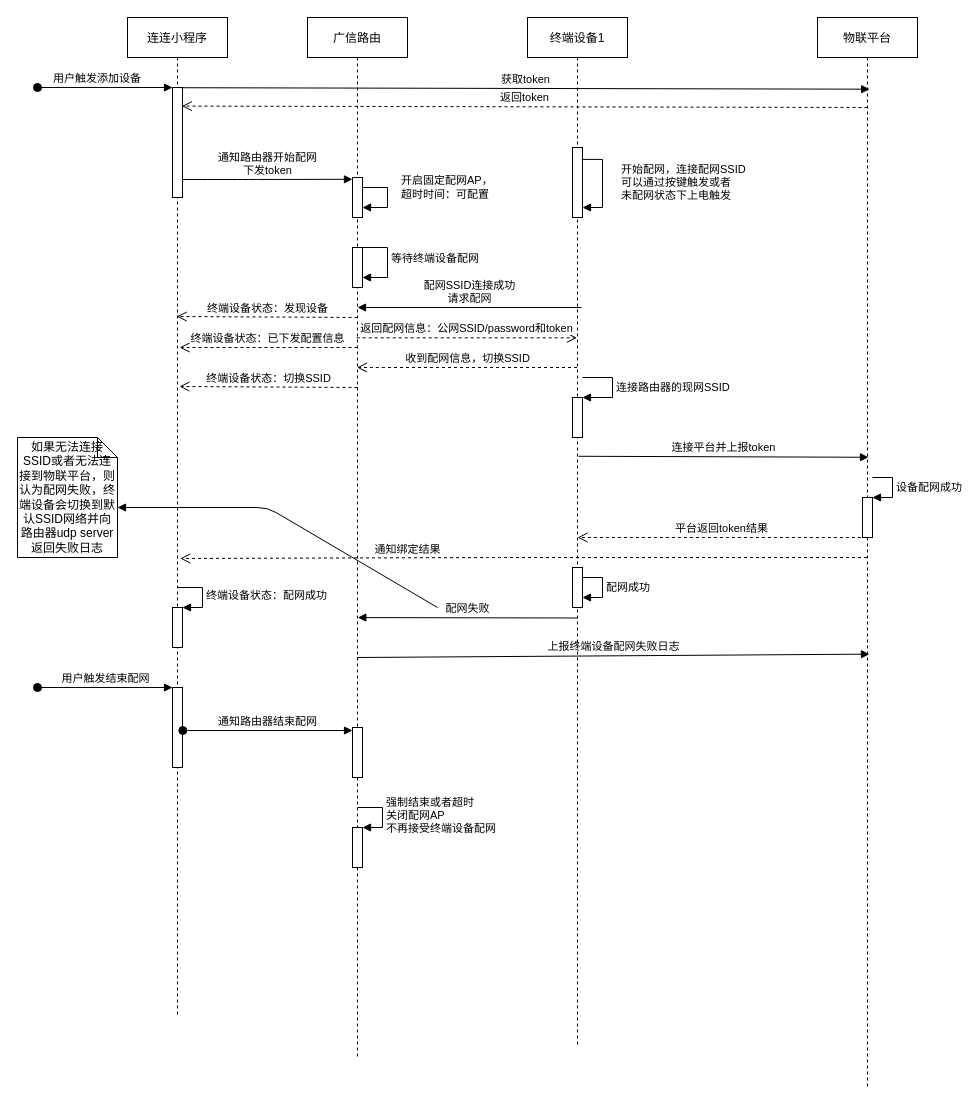
Earlier version of the draw.io diagram Untitled Diagram.drawio (xupenghu/bitmap). Source tidied: cells renumbered, new cells numbered last; positions are measured from the earlier drawing's top-left corner, leaving out a move shared by most shapes. Both pictures are drawn from the tidied source at 100%, with x=0, y=0 at pixel (17, 17).
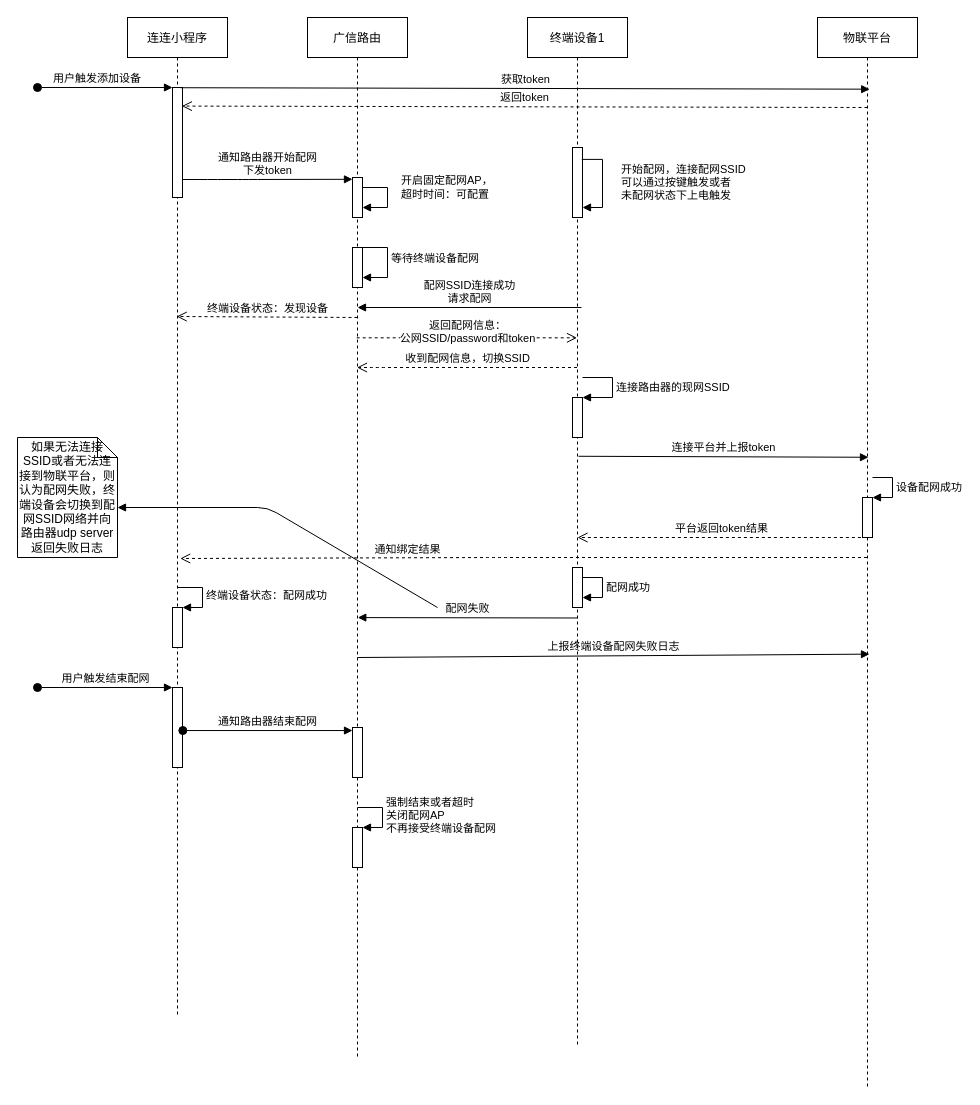
The same page after the edit.

The change refers to these unchanged cells:
```xml
<mxCell id="2" value="连连小程序" style="shape=umlLifeline;perimeter=lifelinePerimeter;rounded=0;shadow=0;strokeWidth=1;" parent="1" vertex="1">
  <mxGeometry x="110" width="100" height="1000" as="geometry" />
</mxCell>
<mxCell id="9" value="广信路由" style="shape=umlLifeline;perimeter=lifelinePerimeter;rounded=0;shadow=0;strokeWidth=1;" parent="1" vertex="1">
  <mxGeometry x="290" width="100" height="1040" as="geometry" />
</mxCell>
<mxCell id="18" value="终端设备1" style="shape=umlLifeline;perimeter=lifelinePerimeter;rounded=0;shadow=0;strokeWidth=1;" parent="1" vertex="1">
  <mxGeometry x="510" width="100" height="1030" as="geometry" />
</mxCell>
```

The edit, as a diff of the source:
```diff
@@
-    <mxCell id="31" value="返回配网信息：公网SSID/password和token" style="html=1;verticalAlign=bottom;endArrow=open;dashed=1;endSize=8;exitX=0.492;exitY=0.308;exitDx=0;exitDy=0;exitPerimeter=0;" parent="1" edge="1" source="9" target="18">
-      <mxGeometry relative="1" as="geometry" />
+    <mxCell id="31" value="返回配网信息：&lt;br&gt;公网SSID/password和token" style="html=1;verticalAlign=bottom;endArrow=open;dashed=1;endSize=8;exitX=0.492;exitY=0.308;exitDx=0;exitDy=0;exitPerimeter=0;" parent="1" edge="1" source="9" target="18">
+      <mxGeometry x="0.01" y="-10" relative="1" as="geometry" />
     </mxCell>
@@
-    <mxCell id="39" value="如果无法连接SSID或者无法连接到物联平台，则认为配网失败，终端设备会切换到默认SSID网络并向路由器udp server返回失败日志" style="shape=note;size=20;whiteSpace=wrap;html=1;" parent="1" vertex="1">
+    <mxCell id="39" value="如果无法连接SSID或者无法连接到物联平台，则认为配网失败，终端设备会切换到配网SSID网络并向路由器udp server返回失败日志" style="shape=note;size=20;whiteSpace=wrap;html=1;" parent="1" vertex="1">
       <mxGeometry y="420" width="100" height="120" as="geometry" />
     </mxCell>
@@
-    <mxCell id="42" value="终端设备状态：切换SSID" style="html=1;verticalAlign=bottom;endArrow=open;dashed=1;endSize=8;entryX=0.52;entryY=0.369;entryDx=0;entryDy=0;entryPerimeter=0;" parent="1" edge="1" target="2">
-      <mxGeometry relative="1" as="geometry">
-        <mxPoint x="340" y="370" as="sourcePoint" />
-      </mxGeometry>
-    </mxCell>
-    <mxCell id="43" value="终端设备状态：已下发配置信息" style="html=1;verticalAlign=bottom;endArrow=open;dashed=1;endSize=8;entryX=0.521;entryY=0.33;entryDx=0;entryDy=0;entryPerimeter=0;" parent="1" edge="1" target="2">
-      <mxGeometry x="0.01" relative="1" as="geometry">
-        <mxPoint x="340" y="330" as="sourcePoint" />
-      </mxGeometry>
-    </mxCell>
```
